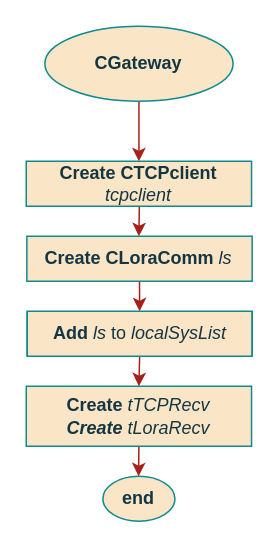
Above: page "constructor" (2 of 5) of documentation/flowcharts/Gateway/CGateway.drawio in ESRGgroup9/slipad (draw.io), before the change. Source tidied: cells renumbered, new cells numbered last; positions are measured from the earlier drawing's top-left corner, leaving out a move shared by most shapes. Both pictures are drawn from the tidied source at 150%, with x=0, y=0 at pixel (26, 26).
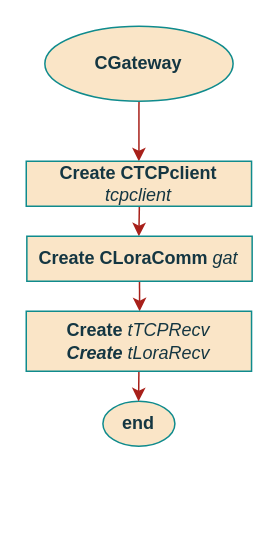
The same diagram, later.

The edit, as a diff of the source:
```diff
@@
 <mxGraphModel>
   <root>
     <mxCell id="0" />
     <mxCell id="1" parent="0" />
     <mxCell id="2" style="rounded=1;sketch=0;jettySize=auto;html=1;exitX=0.5;exitY=1;exitDx=0;exitDy=0;entryX=0.5;entryY=0;entryDx=0;entryDy=0;fontColor=#143642;strokeColor=#A8201A;fillColor=#FAE5C7;" parent="1" edge="1" source="3" target="8">
       <mxGeometry relative="1" as="geometry" />
     </mxCell>
     <mxCell id="3" value="CGateway" style="ellipse;whiteSpace=wrap;html=1;fillColor=#FAE5C7;strokeColor=#0F8B8D;fontColor=#143642;fontStyle=1;" parent="1" vertex="1">
       <mxGeometry x="12.4" width="125.5" height="50" as="geometry" />
     </mxCell>
     <mxCell id="4" style="edgeStyle=orthogonalEdgeStyle;rounded=1;orthogonalLoop=1;jettySize=auto;html=1;exitX=0.5;exitY=1;exitDx=0;exitDy=0;entryX=0.5;entryY=0;entryDx=0;entryDy=0;fontSize=11;strokeColor=#A8201A;" parent="1" edge="1">
       <mxGeometry relative="1" as="geometry">
         <mxPoint x="75.4" y="120" as="sourcePoint" />
         <mxPoint x="75.1" y="140" as="targetPoint" />
       </mxGeometry>
     </mxCell>
     <mxCell id="5" value="end" style="ellipse;whiteSpace=wrap;html=1;fillColor=#FAE5C7;strokeColor=#0F8B8D;fontColor=#143642;fontStyle=1;" parent="1" vertex="1">
-      <mxGeometry x="51.1" y="300" width="48" height="30" as="geometry" />
+      <mxGeometry x="51.1" y="250" width="48" height="30" as="geometry" />
     </mxCell>
-    <mxCell id="6" style="edgeStyle=orthogonalEdgeStyle;rounded=1;jettySize=auto;html=1;exitX=0.5;exitY=1;exitDx=0;exitDy=0;entryX=0.5;entryY=0;entryDx=0;entryDy=0;fontSize=10;strokeColor=#A8201A;" parent="1" edge="1" source="7" target="12">
-      <mxGeometry relative="1" as="geometry" />
+    <mxCell id="6" style="edgeStyle=orthogonalEdgeStyle;rounded=1;jettySize=auto;html=1;exitX=0.5;exitY=1;exitDx=0;exitDy=0;entryX=0.5;entryY=0;entryDx=0;entryDy=0;fontSize=10;strokeColor=#A8201A;" parent="1" edge="1" source="7">
+      <mxGeometry relative="1" as="geometry">
+        <mxPoint x="75.6" y="190" as="targetPoint" />
+      </mxGeometry>
     </mxCell>
-    <mxCell id="7" value="&lt;b&gt;Create&lt;/b&gt; &lt;b&gt;CLoraComm &lt;/b&gt;&lt;i&gt;ls&lt;/i&gt;&lt;br&gt;&lt;b&gt;&lt;/b&gt;" style="rounded=0;whiteSpace=wrap;html=1;sketch=0;fontColor=#143642;strokeColor=#0F8B8D;fillColor=#FAE5C7;" parent="1" vertex="1">
+    <mxCell id="7" value="&lt;b&gt;Create&lt;/b&gt; &lt;b&gt;CLoraComm &lt;/b&gt;&lt;i&gt;gat&lt;/i&gt;" style="rounded=0;whiteSpace=wrap;html=1;sketch=0;fontColor=#143642;strokeColor=#0F8B8D;fillColor=#FAE5C7;" parent="1" vertex="1">
       <mxGeometry x="0.4" y="140" width="150.2" height="30" as="geometry" />
     </mxCell>
     <mxCell id="8" value="&lt;b&gt;Create&lt;/b&gt; &lt;b&gt;CTCPclient &lt;/b&gt;&lt;i&gt;tcpclient&lt;/i&gt;" style="rounded=0;whiteSpace=wrap;html=1;sketch=0;fontColor=#143642;strokeColor=#0F8B8D;fillColor=#FAE5C7;" parent="1" vertex="1">
       <mxGeometry y="90" width="150.2" height="30" as="geometry" />
     </mxCell>
     <mxCell id="9" style="edgeStyle=orthogonalEdgeStyle;rounded=1;jettySize=auto;html=1;exitX=0.5;exitY=1;exitDx=0;exitDy=0;entryX=0.5;entryY=0;entryDx=0;entryDy=0;fontSize=10;strokeColor=#A8201A;" parent="1" edge="1" source="10">
       <mxGeometry relative="1" as="geometry">
-        <mxPoint x="74.9" y="300" as="targetPoint" />
+        <mxPoint x="74.9" y="250" as="targetPoint" />
       </mxGeometry>
     </mxCell>
     <mxCell id="10" value="&lt;div&gt;&lt;b&gt;Create&lt;/b&gt; &lt;i&gt;tTCPRecv&lt;/i&gt;&lt;/div&gt;&lt;div&gt;&lt;i&gt;&lt;b&gt;Create &lt;/b&gt;tLoraRecv&lt;br&gt;&lt;/i&gt;&lt;/div&gt;" style="rounded=0;whiteSpace=wrap;html=1;sketch=0;fontColor=#143642;strokeColor=#0F8B8D;fillColor=#FAE5C7;" parent="1" vertex="1">
-      <mxGeometry y="240" width="150.2" height="40" as="geometry" />
+      <mxGeometry y="190" width="150.2" height="40" as="geometry" />
     </mxCell>
-    <mxCell id="11" style="edgeStyle=orthogonalEdgeStyle;rounded=1;jettySize=auto;html=1;exitX=0.5;exitY=1;exitDx=0;exitDy=0;entryX=0.5;entryY=0;entryDx=0;entryDy=0;strokeColor=#A8201A;" parent="1" edge="1" source="12" target="10">
-      <mxGeometry relative="1" as="geometry" />
-    </mxCell>
-    <mxCell id="12" value="&lt;b&gt;Add &lt;/b&gt;&lt;i&gt;ls &lt;/i&gt;to &lt;i&gt;localSysList&lt;/i&gt; " style="shape=process;whiteSpace=wrap;html=1;backgroundOutline=1;rounded=0;sketch=0;fontColor=#143642;strokeColor=#0F8B8D;fillColor=#FAE5C7;size=0;" parent="1" vertex="1">
-      <mxGeometry x="0.6" y="190" width="150" height="30" as="geometry" />
-    </mxCell>
   </root>
 </mxGraphModel>
```
